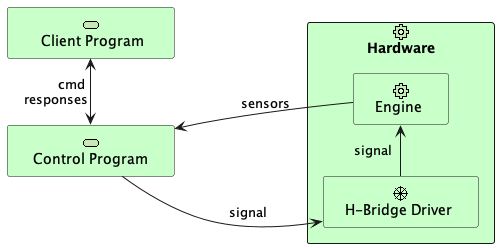
Earlier version of the PlantUML export thesis/part/Proyecto_ejecutivo/memoria_descriptiva/descripcionDelProyecto/control/uml/controlConcept.png (Enrikerf/pfm). Its source is kept beside it as thesis/part/Proyecto_ejecutivo/memoria_descriptiva/descripcionDelProyecto/control/uml/controlConcept.puml.
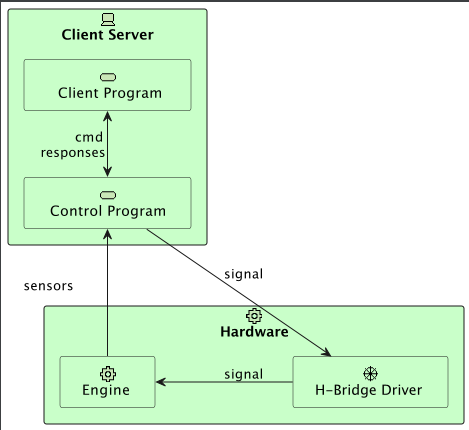
Later version of the same file.

Diff of the diagram source:
```diff
@@ -1,16 +1,23 @@
 @startuml
 
+skinparam linetype polyline
 left to right direction
 
-   archimate #Technology "      Client Program     " as clientServer <<technology-service>>
+
+
+rectangle "Client Server"  as SERVERX <<$archimate/technology-device>> #Technology {
+   archimate #Technology "      Client Program     " as clientProgram <<technology-service>>
    archimate #Technology "    Control Program    " as controlProgram <<technology-service>>
+}
+
+
    rectangle "Hardware"  as SERVER <<$archimate/physical-equipment>> #Technology {
        archimate #Technology "   Engine    " as engine <<physical-equipment>>
        archimate #Technology "   H-Bridge Driver    " as hbridgedriver <<driver>>
    }
 
-clientServer <-> controlProgram : "cmd\nresponses        "
-controlProgram <- engine : "\n\n\n\n\n         sensors"
-engine <- hbridgedriver : "signal        "
-controlProgram --> hbridgedriver : "\n\n\n\n\nsignal"
+controlProgram <-> clientProgram : "cmd\nresponses        "
+controlProgram <- engine : "\n\nsensors     \n\n\n"
+controlProgram -> hbridgedriver : "\n\n\n\n\n\nsignal"
+engine <-- hbridgedriver : "signal"
 @enduml
```
